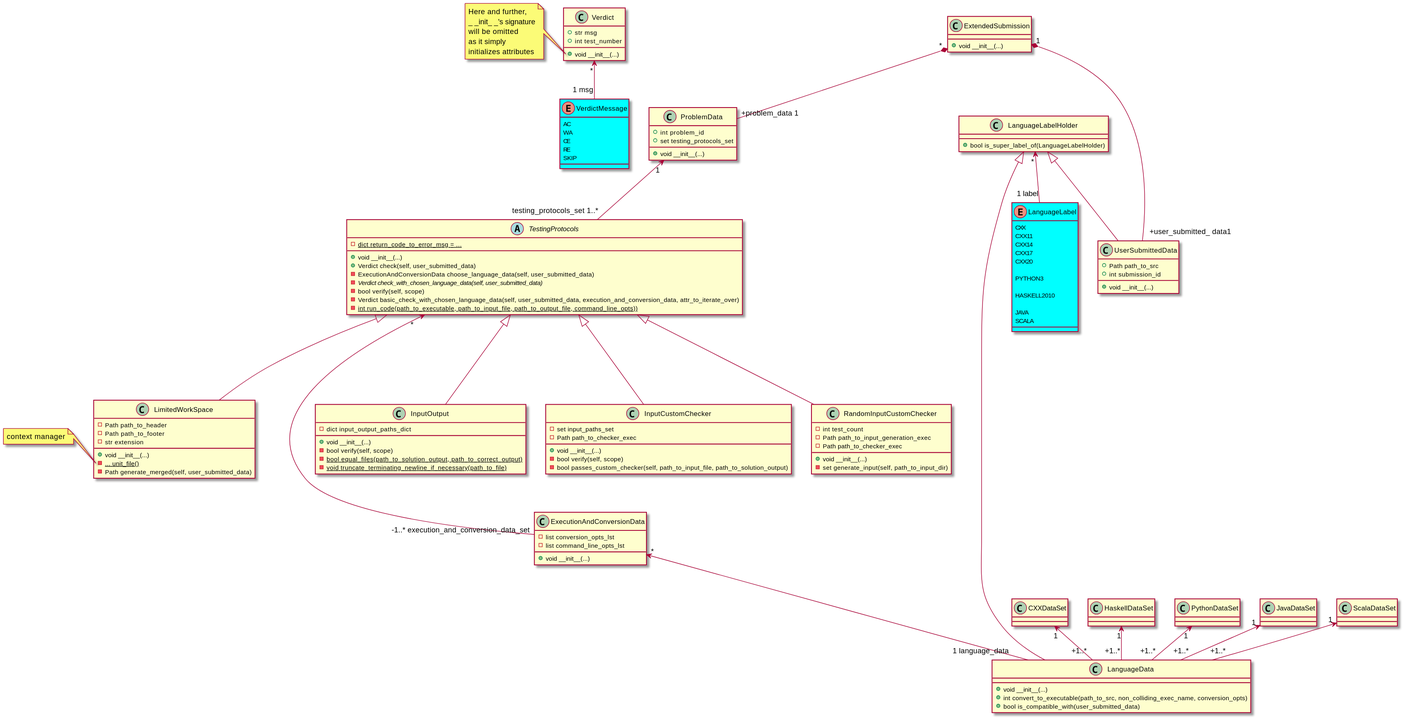
IgorZhiltsoff/TPy_project keeps this PlantUML diagram as TestingSystem/TestingProtocols/Class_TestingProtocols.svg. Above is the earlier version.
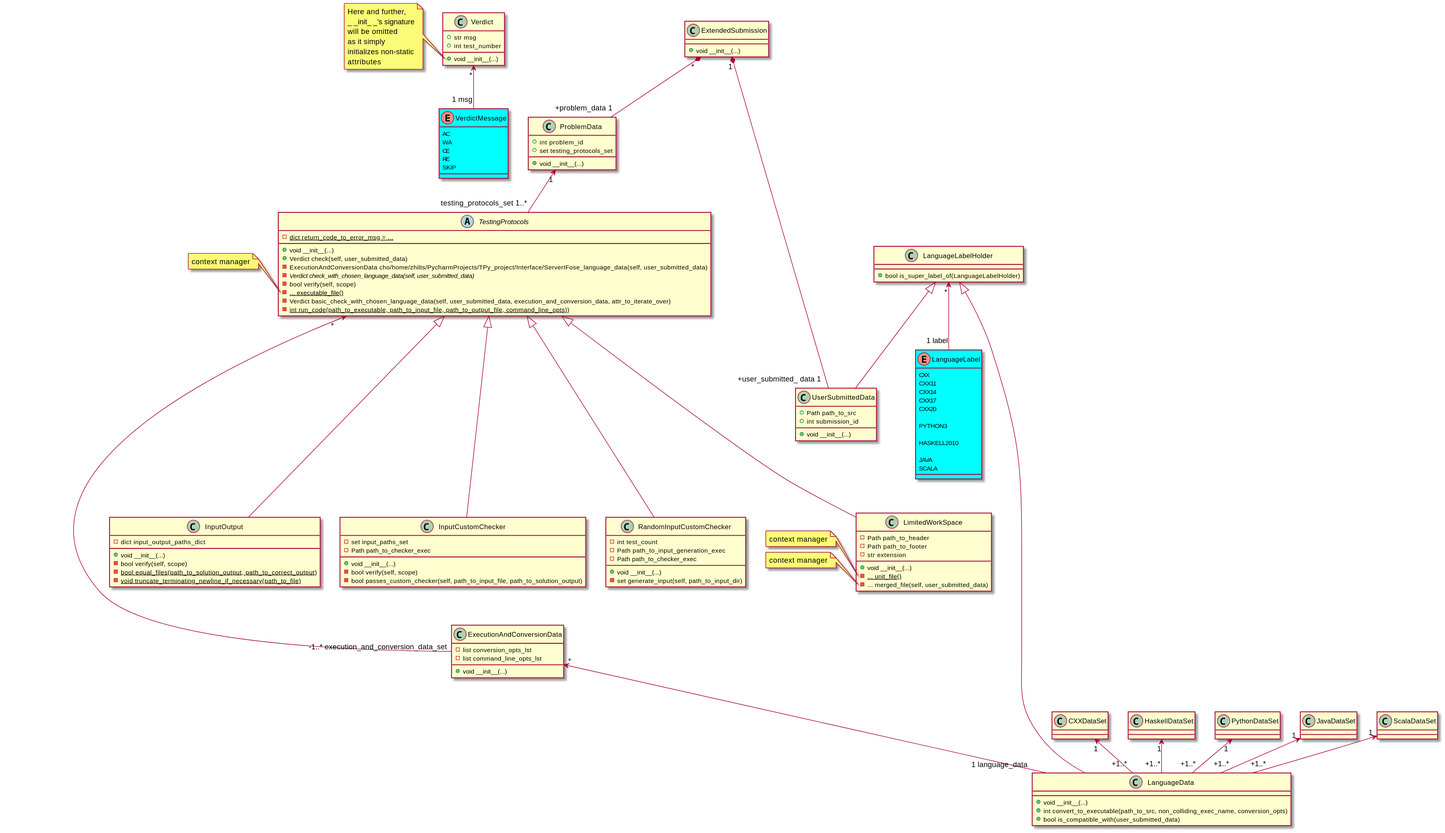
The same file after the commit.

Commit message:
Prettified context manager use

The edit, as a diff of the source:
```diff
@@ -24,7 +24,8 @@
 _ _init_ _'s signature
 will be omitted
 as it simply
-initializes attributes
+initializes non-static
+attributes
 end note
 
 Verdict "*" <-- "1 msg" VerdictMessage
@@ -105,12 +106,17 @@
 
     +void __init__(...)
     +Verdict check(self, user_submitted_data)
-    -ExecutionAndConversionData choose_language_data(self, user_submitted_data)
+    -ExecutionAndConversionData cho/home/zhilts/PycharmProjects/TPy_project/Interface/ServerIFose_language_data(self, user_submitted_data)
     -{abstract} Verdict check_with_chosen_language_data(self, user_submitted_data)
     -bool verify(self, scope)
+    -{static} ... executable_file()
     -Verdict basic_check_with_chosen_language_data(self, user_submitted_data, execution_and_conversion_data, attr_to_iterate_over)
     -{static} int run_code(path_to_executable, path_to_input_file, path_to_output_file, command_line_opts))
 }
+
+note left of TestingProtocols::executable_file
+context manager
+end note
 
 class InputOutput {
     -dict input_output_paths_dict
@@ -147,9 +153,12 @@
 
     +void __init__(...)
     -{static} ... unit_file()
-    -Path generate_merged(self, user_submitted_data)
+    -... merged_file(self, user_submitted_data)
 }
 note left of LimitedWorkSpace::unit_file
+context manager
+end note
+note left of LimitedWorkSpace::merged_file
 context manager
 end note
 
@@ -175,6 +184,6 @@
 }
 
 ExtendedSubmission "*" *-- "+problem_data 1" ProblemData
-ExtendedSubmission "1" *--- "+user_submitted_ data1" UserSubmittedData
+ExtendedSubmission "1" *---- "+user_submitted_ data 1" UserSubmittedData
 
 @enduml
```
